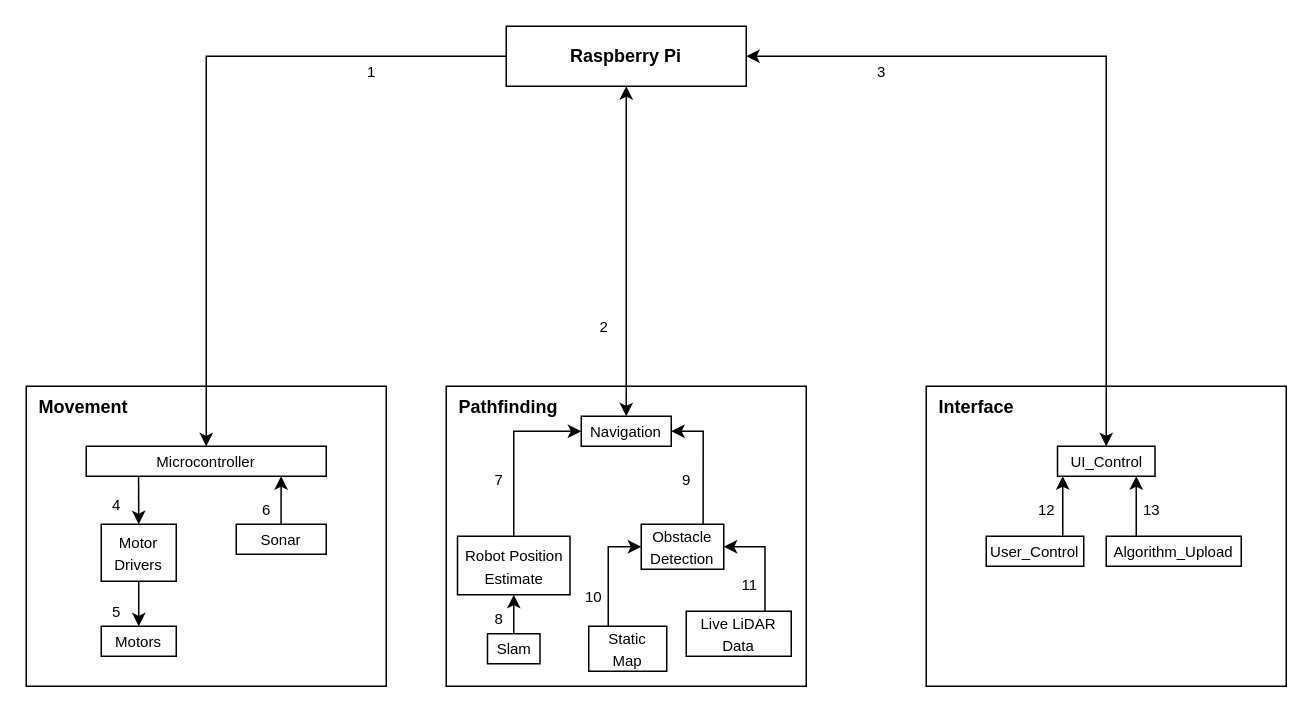
Before: documentation/DetailedDesignSpecification/drawio/data_flow.drawio in tragicfall/Senior-Design, a draw.io diagram. Source tidied: cells renumbered, new cells numbered last; positions are measured from the earlier drawing's top-left corner, leaving out a move shared by most shapes. Both pictures are drawn from the tidied source at 150%, with x=0, y=0 at pixel (26, 26).
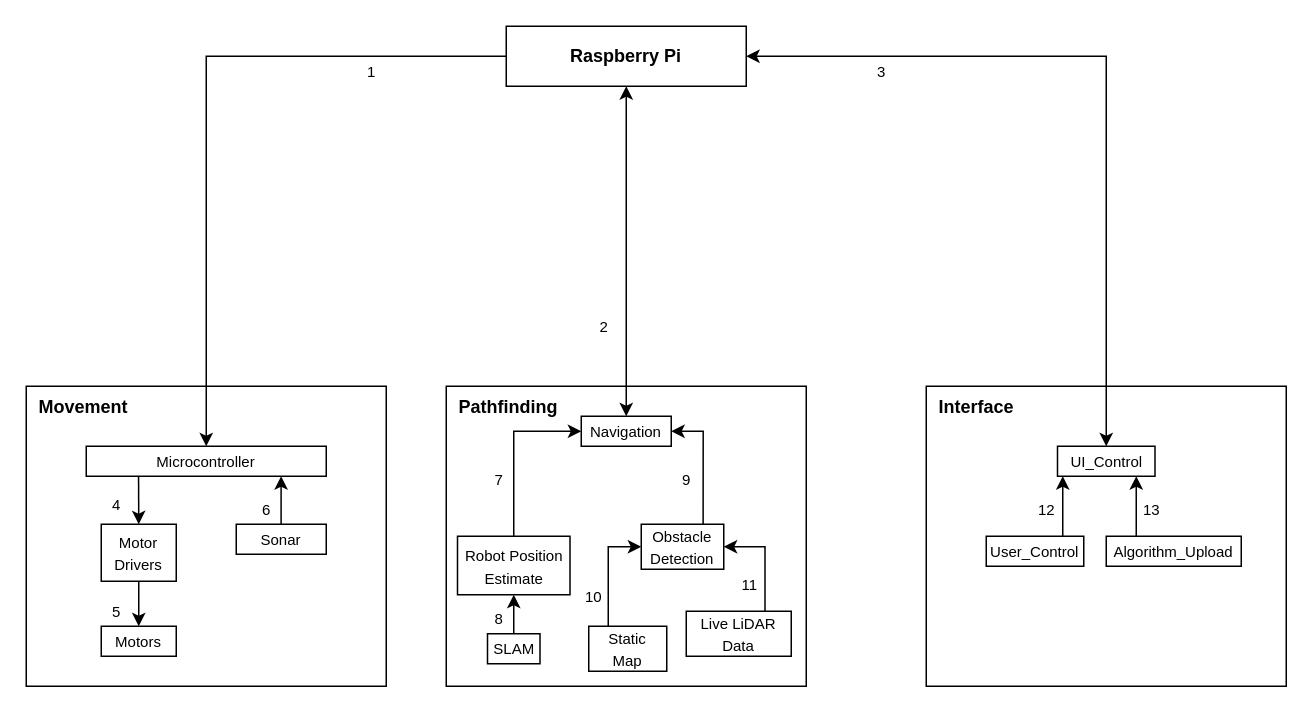
The same diagram, later.

What changed in the source:
```diff
@@
-    <mxCell id="39" value="&lt;font style=&quot;font-size: 10px;&quot;&gt;Slam&lt;/font&gt;" style="rounded=0;whiteSpace=wrap;html=1;" parent="1" vertex="1">
+    <mxCell id="39" value="&lt;font style=&quot;font-size: 10px;&quot;&gt;SLAM&lt;/font&gt;" style="rounded=0;whiteSpace=wrap;html=1;" parent="1" vertex="1">
       <mxGeometry x="307.5" y="405" width="35" height="20" as="geometry" />
     </mxCell>
```
